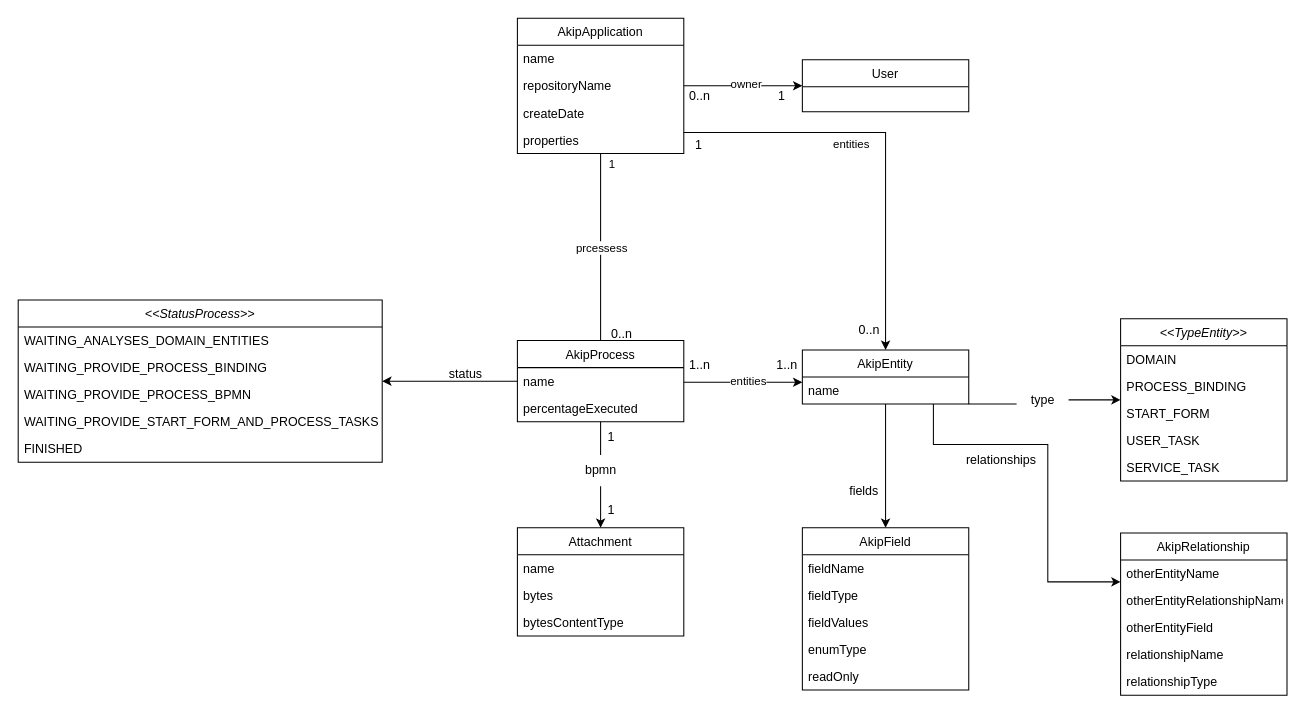
This is akip-generation-web-front-end.drawio from Taciomarques/akip-generation-web, a draw.io file, before an edit. Source tidied: cells renumbered, new cells numbered last; positions are measured from the earlier drawing's top-left corner, leaving out a move shared by most shapes. Both pictures are drawn from the tidied source at 104%, with x=0, y=0 at pixel (18, 18).
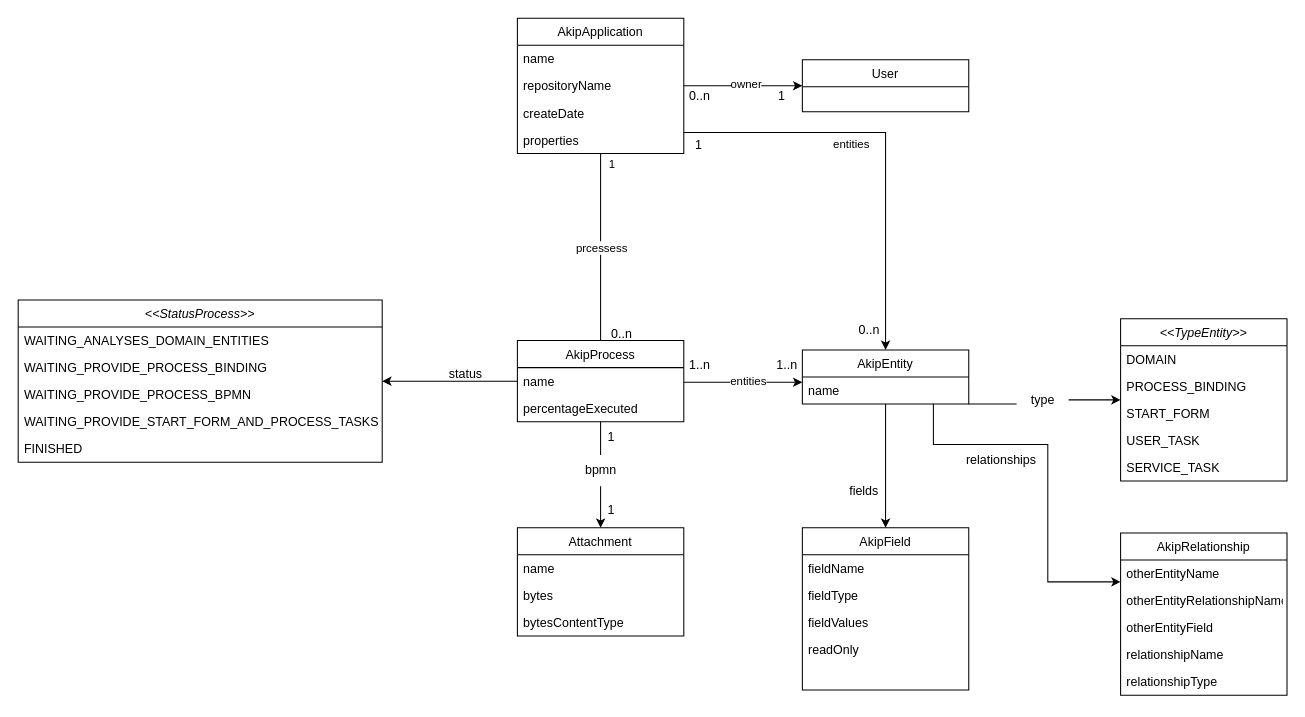
Above is the later version.

The change refers to these unchanged cells:
```xml
<mxCell id="56" value="AkipField" style="swimlane;fontStyle=0;align=center;verticalAlign=top;horizontal=1;startSize=26;rounded=0;shadow=0;strokeWidth=1;" parent="1" vertex="1">
  <mxGeometry x="754" y="490" width="160" height="156" as="geometry" />
</mxCell>
```

The edit, as a diff of the source:
```diff
@@
-    <mxCell id="60" value="enumType" style="text;align=left;verticalAlign=top;spacingLeft=4;spacingRight=4;overflow=hidden;rounded=0;shadow=0;html=0;" parent="56" vertex="1">
-      <mxGeometry y="104" width="160" height="26" as="geometry" />
-    </mxCell>
     <mxCell id="61" value="readOnly" style="text;align=left;verticalAlign=top;spacingLeft=4;spacingRight=4;overflow=hidden;rounded=0;shadow=0;html=0;" parent="56" vertex="1">
-      <mxGeometry y="130" width="160" height="26" as="geometry" />
+      <mxGeometry y="104" width="160" height="26" as="geometry" />
     </mxCell>
```
